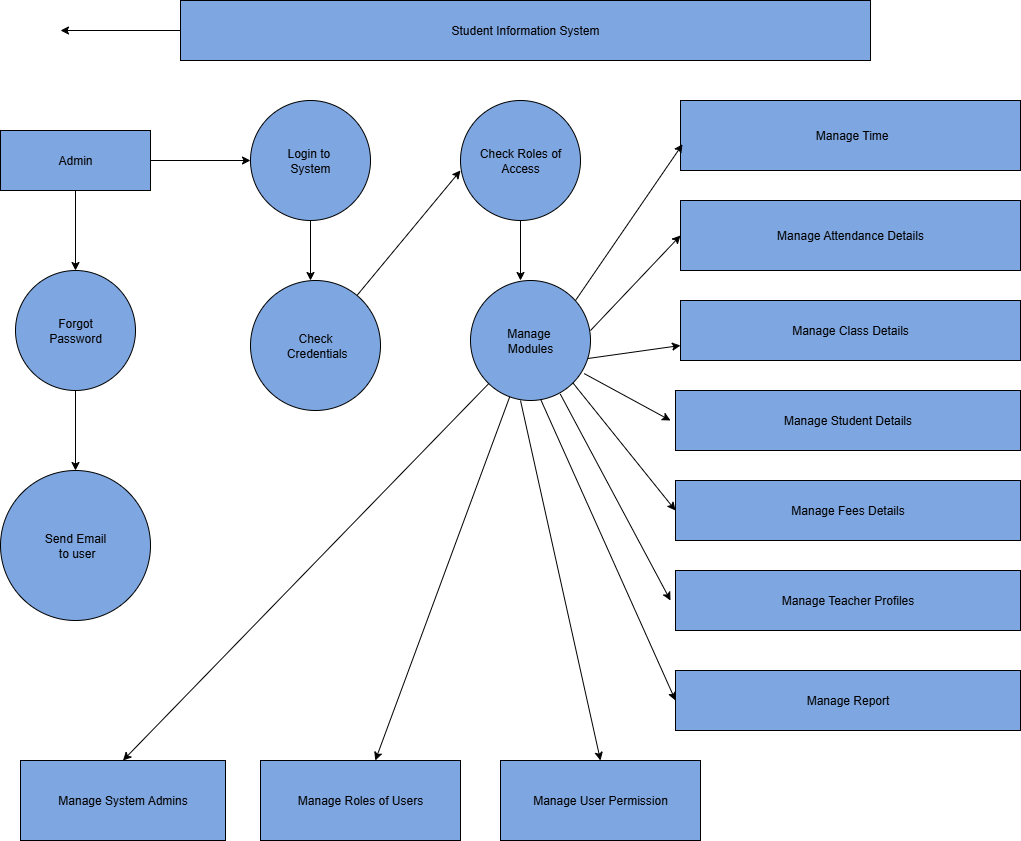
Above: Student Information system.drawio.png in bhuvanagollapalli04/my-first-repo (draw.io), before the change. Source tidied: cells renumbered, new cells last; positions are measured from the earlier drawing's top-left corner, leaving out a move shared by most shapes.
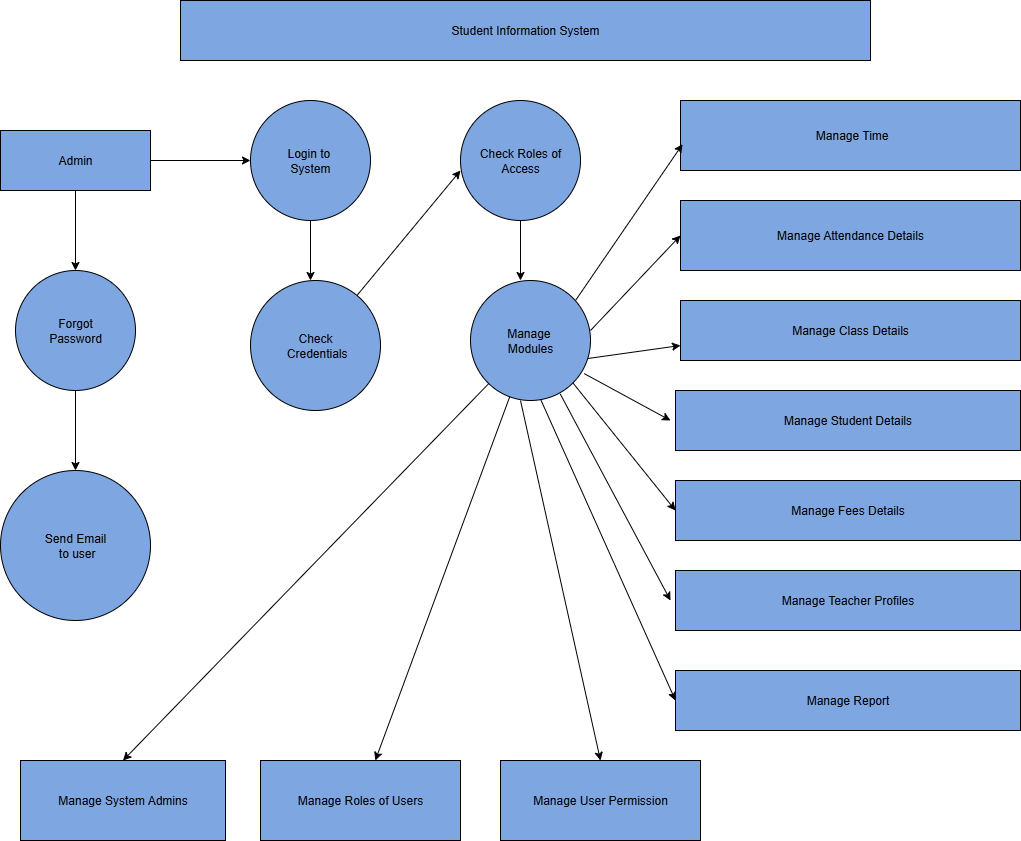
The same diagram one commit later.

Change to the diagram source:
```diff
@@ -2,11 +2,6 @@
   <root>
     <mxCell id="0" />
     <mxCell id="1" parent="0" />
-    <mxCell id="2" style="edgeStyle=orthogonalEdgeStyle;rounded=0;jettySize=auto;html=1;exitX=0;exitY=0.5;exitDx=0;exitDy=0;" parent="1" edge="1" source="3">
-      <mxGeometry relative="1" as="geometry">
-        <mxPoint x="60" y="30" as="targetPoint" />
-      </mxGeometry>
-    </mxCell>
     <mxCell id="3" value="Student Information System" style="rounded=0;whiteSpace=wrap;html=1;fillColor=light-dark(#7EA6E0,#FFB570);" parent="1" vertex="1">
       <mxGeometry x="180" width="690" height="60" as="geometry" />
     </mxCell>
```
